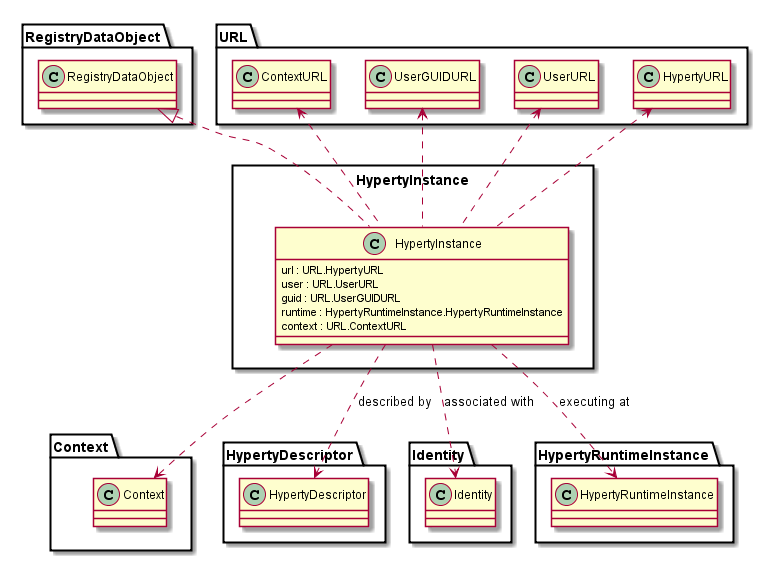
Earlier version of the PlantUML export docs/datamodel/Hyperty-Instance-Data-Object-Model.png (reTHINK-project/dev-service-framework).
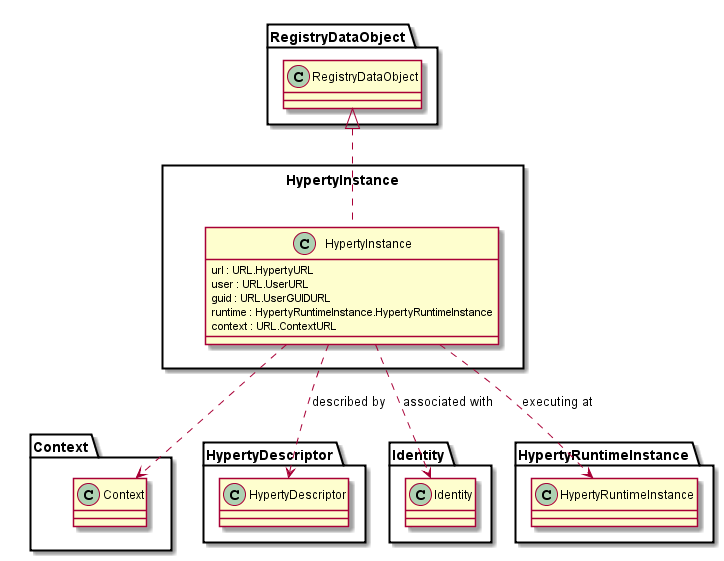
The same file after the commit.

Commit message:
more fixes in the data model for json-schema generation

Diff of the diagram source:
```diff
@@ -24,10 +24,6 @@
 
 	HypertyInstance ..> Context
 
-	HypertyInstance .up.> URL.HypertyURL
-	HypertyInstance .up.> URL.UserURL
-	HypertyInstance .up.> URL.UserGUIDURL
-	HypertyInstance .up.> URL.ContextURL
 
 }
 
```
